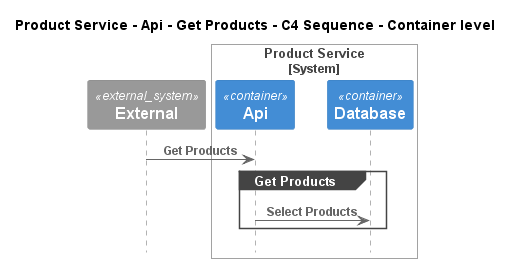
This is e-commerce-platform/Software Systems/Product Service/Containers/Api/Interfaces/Get Products/Container - C4 Sequence.png from C4InterFlow/architecture-as-code-samples, a PlantUML export, as it was before one commit.
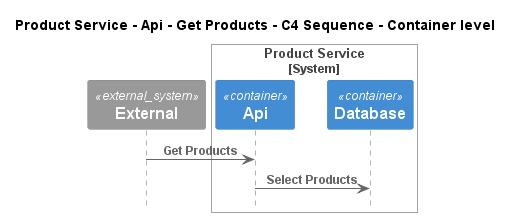
The same diagram one commit later.

The edit, as a diff of the source:
```diff
@@ -12,9 +12,7 @@
 Boundary_End()
 
 Rel(C4InterFlow.SoftwareSystems.ExternalSystem, ECommercePlatform.SoftwareSystems.ProductService.Containers.Api, "Get Products")
-group Get Products
 Rel(ECommercePlatform.SoftwareSystems.ProductService.Containers.Api, ECommercePlatform.SoftwareSystems.ProductService.Containers.Database, "Select Products")
-end
 
 
 @enduml
```
